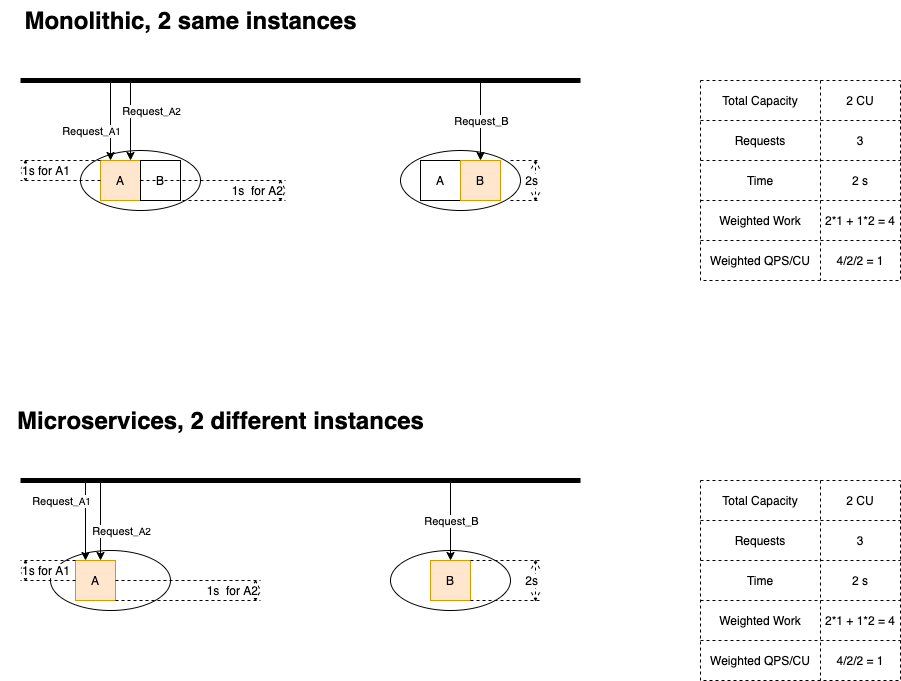
Before: 2021-11-how-independent-scaling-helps-with-performance/no-dep/no-dep-2v1.drawio.png, a diagram exported from draw.io (chenjianjx/cjx-diagrams). Source tidied: cells renumbered, new cells last; positions are measured from the earlier drawing's top-left corner, leaving out a move shared by most shapes.
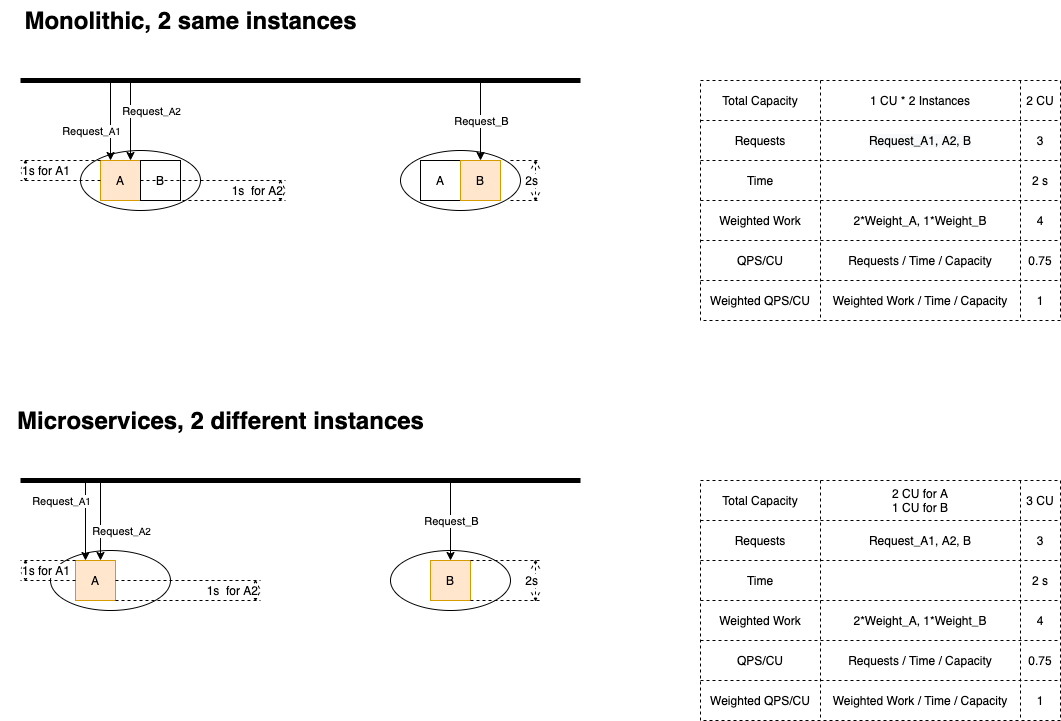
After the change.

The edit, as a diff of the source:
```diff
@@ -37,103 +37,157 @@
       </mxGeometry>
     </mxCell>
     <mxCell id="10" style="shape=table;html=1;whiteSpace=wrap;startSize=0;dashed=1;verticalAlign=bottom;" parent="1" vertex="1">
-      <mxGeometry x="700" y="80" width="200" height="200" as="geometry" />
+      <mxGeometry x="700" y="80" width="360" height="240" as="geometry" />
     </mxCell>
     <mxCell id="11" style="shape=partialRectangle;html=1;whiteSpace=wrap;fillColor=none;top=0;left=0;bottom=0;right=0;" parent="10" vertex="1">
-      <mxGeometry width="200" height="40" as="geometry" />
+      <mxGeometry width="360" height="40" as="geometry" />
     </mxCell>
     <mxCell id="12" value="Total Capacity" style="shape=partialRectangle;html=1;whiteSpace=wrap;fillColor=none;top=0;left=0;bottom=0;right=0;overflow=hidden;" parent="11" vertex="1">
       <mxGeometry width="120" height="40" as="geometry" />
     </mxCell>
+    <mxCell id="69" value="&lt;span&gt;1 CU * 2 Instances&lt;/span&gt;" style="shape=partialRectangle;html=1;whiteSpace=wrap;fillColor=none;top=0;left=0;bottom=0;right=0;overflow=hidden;" parent="11" vertex="1">
+      <mxGeometry x="120" width="200" height="40" as="geometry" />
+    </mxCell>
     <mxCell id="13" value="2 CU" style="shape=partialRectangle;html=1;whiteSpace=wrap;fillColor=none;top=0;left=0;bottom=0;right=0;overflow=hidden;" parent="11" vertex="1">
-      <mxGeometry x="120" width="80" height="40" as="geometry" />
+      <mxGeometry x="320" width="40" height="40" as="geometry" />
     </mxCell>
     <mxCell id="14" style="shape=partialRectangle;html=1;whiteSpace=wrap;fillColor=none;top=0;left=0;bottom=0;right=0;" parent="10" vertex="1">
-      <mxGeometry y="40" width="200" height="40" as="geometry" />
+      <mxGeometry y="40" width="360" height="40" as="geometry" />
     </mxCell>
     <mxCell id="15" value="Requests" style="shape=partialRectangle;html=1;whiteSpace=wrap;fillColor=none;top=0;left=0;bottom=0;right=0;overflow=hidden;" parent="14" vertex="1">
       <mxGeometry width="120" height="40" as="geometry" />
     </mxCell>
+    <mxCell id="70" value="&lt;span style=&quot;color: rgb(0 , 0 , 0) ; font-family: &amp;#34;helvetica&amp;#34; ; font-size: 12px ; font-style: normal ; font-weight: 400 ; letter-spacing: normal ; text-align: center ; text-indent: 0px ; text-transform: none ; word-spacing: 0px ; background-color: rgb(248 , 249 , 250) ; display: inline ; float: none&quot;&gt;Request_A1, A2, B&lt;/span&gt;" style="shape=partialRectangle;html=1;whiteSpace=wrap;fillColor=none;top=0;left=0;bottom=0;right=0;overflow=hidden;" parent="14" vertex="1">
+      <mxGeometry x="120" width="200" height="40" as="geometry" />
+    </mxCell>
     <mxCell id="16" value="3" style="shape=partialRectangle;html=1;whiteSpace=wrap;fillColor=none;top=0;left=0;bottom=0;right=0;overflow=hidden;" parent="14" vertex="1">
-      <mxGeometry x="120" width="80" height="40" as="geometry" />
+      <mxGeometry x="320" width="40" height="40" as="geometry" />
     </mxCell>
     <mxCell id="17" style="shape=partialRectangle;html=1;whiteSpace=wrap;fillColor=none;top=0;left=0;bottom=0;right=0;" parent="10" vertex="1">
-      <mxGeometry y="80" width="200" height="40" as="geometry" />
+      <mxGeometry y="80" width="360" height="40" as="geometry" />
     </mxCell>
     <mxCell id="18" value="Time" style="shape=partialRectangle;html=1;whiteSpace=wrap;fillColor=none;top=0;left=0;bottom=0;right=0;overflow=hidden;" parent="17" vertex="1">
       <mxGeometry width="120" height="40" as="geometry" />
     </mxCell>
+    <mxCell id="71" style="shape=partialRectangle;html=1;whiteSpace=wrap;fillColor=none;top=0;left=0;bottom=0;right=0;overflow=hidden;" parent="17" vertex="1">
+      <mxGeometry x="120" width="200" height="40" as="geometry" />
+    </mxCell>
     <mxCell id="19" value="2 s" style="shape=partialRectangle;html=1;whiteSpace=wrap;fillColor=none;top=0;left=0;bottom=0;right=0;overflow=hidden;" parent="17" vertex="1">
-      <mxGeometry x="120" width="80" height="40" as="geometry" />
+      <mxGeometry x="320" width="40" height="40" as="geometry" />
     </mxCell>
     <mxCell id="20" style="shape=partialRectangle;html=1;whiteSpace=wrap;fillColor=none;top=0;left=0;bottom=0;right=0;" parent="10" vertex="1">
-      <mxGeometry y="120" width="200" height="40" as="geometry" />
+      <mxGeometry y="120" width="360" height="40" as="geometry" />
     </mxCell>
     <mxCell id="21" value="Weighted Work" style="shape=partialRectangle;html=1;whiteSpace=wrap;fillColor=none;top=0;left=0;bottom=0;right=0;overflow=hidden;" parent="20" vertex="1">
       <mxGeometry width="120" height="40" as="geometry" />
     </mxCell>
+    <mxCell id="72" value="&lt;span&gt;2*Weight_A, 1*Weight_B&lt;/span&gt;" style="shape=partialRectangle;html=1;whiteSpace=wrap;fillColor=none;top=0;left=0;bottom=0;right=0;overflow=hidden;" parent="20" vertex="1">
+      <mxGeometry x="120" width="200" height="40" as="geometry" />
+    </mxCell>
-    <mxCell id="22" value="2*1 + 1*2 = 4" style="shape=partialRectangle;html=1;whiteSpace=wrap;fillColor=none;top=0;left=0;bottom=0;right=0;overflow=hidden;" parent="20" vertex="1">
-      <mxGeometry x="120" width="80" height="40" as="geometry" />
+    <mxCell id="22" value="4" style="shape=partialRectangle;html=1;whiteSpace=wrap;fillColor=none;top=0;left=0;bottom=0;right=0;overflow=hidden;" parent="20" vertex="1">
+      <mxGeometry x="320" width="40" height="40" as="geometry" />
     </mxCell>
+    <mxCell id="73" style="shape=partialRectangle;html=1;whiteSpace=wrap;fillColor=none;top=0;left=0;bottom=0;right=0;" parent="10" vertex="1">
+      <mxGeometry y="160" width="360" height="40" as="geometry" />
+    </mxCell>
+    <mxCell id="74" value="&lt;span&gt;QPS/CU&lt;/span&gt;" style="shape=partialRectangle;html=1;whiteSpace=wrap;fillColor=none;top=0;left=0;bottom=0;right=0;overflow=hidden;" parent="73" vertex="1">
+      <mxGeometry width="120" height="40" as="geometry" />
+    </mxCell>
+    <mxCell id="75" value="&lt;span&gt;Requests / Time / Capacity&lt;/span&gt;" style="shape=partialRectangle;html=1;whiteSpace=wrap;fillColor=none;top=0;left=0;bottom=0;right=0;overflow=hidden;" parent="73" vertex="1">
+      <mxGeometry x="120" width="200" height="40" as="geometry" />
+    </mxCell>
+    <mxCell id="76" value="0.75" style="shape=partialRectangle;html=1;whiteSpace=wrap;fillColor=none;top=0;left=0;bottom=0;right=0;overflow=hidden;" parent="73" vertex="1">
+      <mxGeometry x="320" width="40" height="40" as="geometry" />
+    </mxCell>
     <mxCell id="23" style="shape=partialRectangle;html=1;whiteSpace=wrap;fillColor=none;top=0;left=0;bottom=0;right=0;" parent="10" vertex="1">
-      <mxGeometry y="160" width="200" height="40" as="geometry" />
+      <mxGeometry y="200" width="360" height="40" as="geometry" />
     </mxCell>
     <mxCell id="24" value="Weighted QPS/CU" style="shape=partialRectangle;html=1;whiteSpace=wrap;fillColor=none;top=0;left=0;bottom=0;right=0;overflow=hidden;" parent="23" vertex="1">
       <mxGeometry width="120" height="40" as="geometry" />
     </mxCell>
+    <mxCell id="77" value="&lt;span&gt;Weighted Work / Time / Capacity&lt;/span&gt;" style="shape=partialRectangle;html=1;whiteSpace=wrap;fillColor=none;top=0;left=0;bottom=0;right=0;overflow=hidden;" parent="23" vertex="1">
+      <mxGeometry x="120" width="200" height="40" as="geometry" />
+    </mxCell>
-    <mxCell id="25" value="4/2/2 = 1" style="shape=partialRectangle;html=1;whiteSpace=wrap;fillColor=none;top=0;left=0;bottom=0;right=0;overflow=hidden;" parent="23" vertex="1">
-      <mxGeometry x="120" width="80" height="40" as="geometry" />
+    <mxCell id="25" value="1" style="shape=partialRectangle;html=1;whiteSpace=wrap;fillColor=none;top=0;left=0;bottom=0;right=0;overflow=hidden;" parent="23" vertex="1">
+      <mxGeometry x="320" width="40" height="40" as="geometry" />
     </mxCell>
     <mxCell id="26" value="Monolithic, 2 same instances" style="text;strokeColor=none;fillColor=none;html=1;fontSize=24;fontStyle=1;verticalAlign=middle;align=center;dashed=1;" parent="1" vertex="1">
       <mxGeometry width="380" height="40" as="geometry" />
     </mxCell>
     <mxCell id="27" style="shape=table;html=1;whiteSpace=wrap;startSize=0;dashed=1;verticalAlign=bottom;" parent="1" vertex="1">
-      <mxGeometry x="700" y="480" width="200" height="200" as="geometry" />
+      <mxGeometry x="700" y="480" width="360" height="240" as="geometry" />
     </mxCell>
     <mxCell id="28" style="shape=partialRectangle;html=1;whiteSpace=wrap;fillColor=none;top=0;left=0;bottom=0;right=0;" parent="27" vertex="1">
-      <mxGeometry width="200" height="40" as="geometry" />
+      <mxGeometry width="360" height="40" as="geometry" />
     </mxCell>
     <mxCell id="29" value="Total Capacity" style="shape=partialRectangle;html=1;whiteSpace=wrap;fillColor=none;top=0;left=0;bottom=0;right=0;overflow=hidden;" parent="28" vertex="1">
       <mxGeometry width="120" height="40" as="geometry" />
     </mxCell>
+    <mxCell id="78" value="&lt;span&gt;2 CU for A&lt;/span&gt;&lt;br&gt;&lt;span&gt;1 CU for B&lt;/span&gt;" style="shape=partialRectangle;html=1;whiteSpace=wrap;fillColor=none;top=0;left=0;bottom=0;right=0;overflow=hidden;" parent="28" vertex="1">
+      <mxGeometry x="120" width="200" height="40" as="geometry" />
+    </mxCell>
-    <mxCell id="30" value="2 CU" style="shape=partialRectangle;html=1;whiteSpace=wrap;fillColor=none;top=0;left=0;bottom=0;right=0;overflow=hidden;" parent="28" vertex="1">
-      <mxGeometry x="120" width="80" height="40" as="geometry" />
+    <mxCell id="30" value="3 CU" style="shape=partialRectangle;html=1;whiteSpace=wrap;fillColor=none;top=0;left=0;bottom=0;right=0;overflow=hidden;" parent="28" vertex="1">
+      <mxGeometry x="320" width="40" height="40" as="geometry" />
     </mxCell>
     <mxCell id="31" style="shape=partialRectangle;html=1;whiteSpace=wrap;fillColor=none;top=0;left=0;bottom=0;right=0;" parent="27" vertex="1">
-      <mxGeometry y="40" width="200" height="40" as="geometry" />
+      <mxGeometry y="40" width="360" height="40" as="geometry" />
     </mxCell>
     <mxCell id="32" value="Requests" style="shape=partialRectangle;html=1;whiteSpace=wrap;fillColor=none;top=0;left=0;bottom=0;right=0;overflow=hidden;" parent="31" vertex="1">
       <mxGeometry width="120" height="40" as="geometry" />
     </mxCell>
+    <mxCell id="79" value="&lt;span style=&quot;font-family: &amp;#34;helvetica&amp;#34;&quot;&gt;Request_A1, A2, B&lt;/span&gt;" style="shape=partialRectangle;html=1;whiteSpace=wrap;fillColor=none;top=0;left=0;bottom=0;right=0;overflow=hidden;" parent="31" vertex="1">
+      <mxGeometry x="120" width="200" height="40" as="geometry" />
+    </mxCell>
     <mxCell id="33" value="3" style="shape=partialRectangle;html=1;whiteSpace=wrap;fillColor=none;top=0;left=0;bottom=0;right=0;overflow=hidden;" parent="31" vertex="1">
-      <mxGeometry x="120" width="80" height="40" as="geometry" />
+      <mxGeometry x="320" width="40" height="40" as="geometry" />
     </mxCell>
     <mxCell id="34" style="shape=partialRectangle;html=1;whiteSpace=wrap;fillColor=none;top=0;left=0;bottom=0;right=0;" parent="27" vertex="1">
-      <mxGeometry y="80" width="200" height="40" as="geometry" />
+      <mxGeometry y="80" width="360" height="40" as="geometry" />
     </mxCell>
     <mxCell id="35" value="Time" style="shape=partialRectangle;html=1;whiteSpace=wrap;fillColor=none;top=0;left=0;bottom=0;right=0;overflow=hidden;" parent="34" vertex="1">
       <mxGeometry width="120" height="40" as="geometry" />
     </mxCell>
+    <mxCell id="80" style="shape=partialRectangle;html=1;whiteSpace=wrap;fillColor=none;top=0;left=0;bottom=0;right=0;overflow=hidden;" parent="34" vertex="1">
+      <mxGeometry x="120" width="200" height="40" as="geometry" />
+    </mxCell>
     <mxCell id="36" value="2 s" style="shape=partialRectangle;html=1;whiteSpace=wrap;fillColor=none;top=0;left=0;bottom=0;right=0;overflow=hidden;" parent="34" vertex="1">
-      <mxGeometry x="120" width="80" height="40" as="geometry" />
+      <mxGeometry x="320" width="40" height="40" as="geometry" />
     </mxCell>
     <mxCell id="37" style="shape=partialRectangle;html=1;whiteSpace=wrap;fillColor=none;top=0;left=0;bottom=0;right=0;" parent="27" vertex="1">
-      <mxGeometry y="120" width="200" height="40" as="geometry" />
+      <mxGeometry y="120" width="360" height="40" as="geometry" />
     </mxCell>
     <mxCell id="38" value="Weighted Work" style="shape=partialRectangle;html=1;whiteSpace=wrap;fillColor=none;top=0;left=0;bottom=0;right=0;overflow=hidden;" parent="37" vertex="1">
       <mxGeometry width="120" height="40" as="geometry" />
     </mxCell>
+    <mxCell id="81" value="&lt;span&gt;2*Weight_A, 1*Weight_B&lt;/span&gt;" style="shape=partialRectangle;html=1;whiteSpace=wrap;fillColor=none;top=0;left=0;bottom=0;right=0;overflow=hidden;" parent="37" vertex="1">
+      <mxGeometry x="120" width="200" height="40" as="geometry" />
+    </mxCell>
-    <mxCell id="39" value="&lt;span&gt;2*1 + 1*2 = 4&lt;/span&gt;" style="shape=partialRectangle;html=1;whiteSpace=wrap;fillColor=none;top=0;left=0;bottom=0;right=0;overflow=hidden;" parent="37" vertex="1">
-      <mxGeometry x="120" width="80" height="40" as="geometry" />
+    <mxCell id="39" value="&lt;span&gt;4&lt;/span&gt;" style="shape=partialRectangle;html=1;whiteSpace=wrap;fillColor=none;top=0;left=0;bottom=0;right=0;overflow=hidden;" parent="37" vertex="1">
+      <mxGeometry x="320" width="40" height="40" as="geometry" />
     </mxCell>
+    <mxCell id="82" style="shape=partialRectangle;html=1;whiteSpace=wrap;fillColor=none;top=0;left=0;bottom=0;right=0;" parent="27" vertex="1">
+      <mxGeometry y="160" width="360" height="40" as="geometry" />
+    </mxCell>
+    <mxCell id="83" value="&lt;span&gt;QPS/CU&lt;/span&gt;" style="shape=partialRectangle;html=1;whiteSpace=wrap;fillColor=none;top=0;left=0;bottom=0;right=0;overflow=hidden;" parent="82" vertex="1">
+      <mxGeometry width="120" height="40" as="geometry" />
+    </mxCell>
+    <mxCell id="84" value="&lt;span&gt;Requests / Time / Capacity&lt;/span&gt;" style="shape=partialRectangle;html=1;whiteSpace=wrap;fillColor=none;top=0;left=0;bottom=0;right=0;overflow=hidden;" parent="82" vertex="1">
+      <mxGeometry x="120" width="200" height="40" as="geometry" />
+    </mxCell>
+    <mxCell id="85" value="&lt;span&gt;0.75&lt;/span&gt;" style="shape=partialRectangle;html=1;whiteSpace=wrap;fillColor=none;top=0;left=0;bottom=0;right=0;overflow=hidden;" parent="82" vertex="1">
+      <mxGeometry x="320" width="40" height="40" as="geometry" />
+    </mxCell>
     <mxCell id="40" style="shape=partialRectangle;html=1;whiteSpace=wrap;fillColor=none;top=0;left=0;bottom=0;right=0;" parent="27" vertex="1">
-      <mxGeometry y="160" width="200" height="40" as="geometry" />
+      <mxGeometry y="200" width="360" height="40" as="geometry" />
     </mxCell>
     <mxCell id="41" value="Weighted QPS/CU" style="shape=partialRectangle;html=1;whiteSpace=wrap;fillColor=none;top=0;left=0;bottom=0;right=0;overflow=hidden;" parent="40" vertex="1">
       <mxGeometry width="120" height="40" as="geometry" />
     </mxCell>
+    <mxCell id="86" value="&lt;span&gt;Weighted Work / Time / Capacity&lt;/span&gt;" style="shape=partialRectangle;html=1;whiteSpace=wrap;fillColor=none;top=0;left=0;bottom=0;right=0;overflow=hidden;" parent="40" vertex="1">
+      <mxGeometry x="120" width="200" height="40" as="geometry" />
+    </mxCell>
-    <mxCell id="42" value="4/2/2 = 1" style="shape=partialRectangle;html=1;whiteSpace=wrap;fillColor=none;top=0;left=0;bottom=0;right=0;overflow=hidden;" parent="40" vertex="1">
-      <mxGeometry x="120" width="80" height="40" as="geometry" />
+    <mxCell id="42" value="1" style="shape=partialRectangle;html=1;whiteSpace=wrap;fillColor=none;top=0;left=0;bottom=0;right=0;overflow=hidden;" parent="40" vertex="1">
+      <mxGeometry x="320" width="40" height="40" as="geometry" />
     </mxCell>
     <mxCell id="43" value="Microservices, 2 different instances" style="text;strokeColor=none;fillColor=none;html=1;fontSize=24;fontStyle=1;verticalAlign=middle;align=center;dashed=1;" parent="1" vertex="1">
       <mxGeometry x="140" y="400" width="160" height="40" as="geometry" />
```
